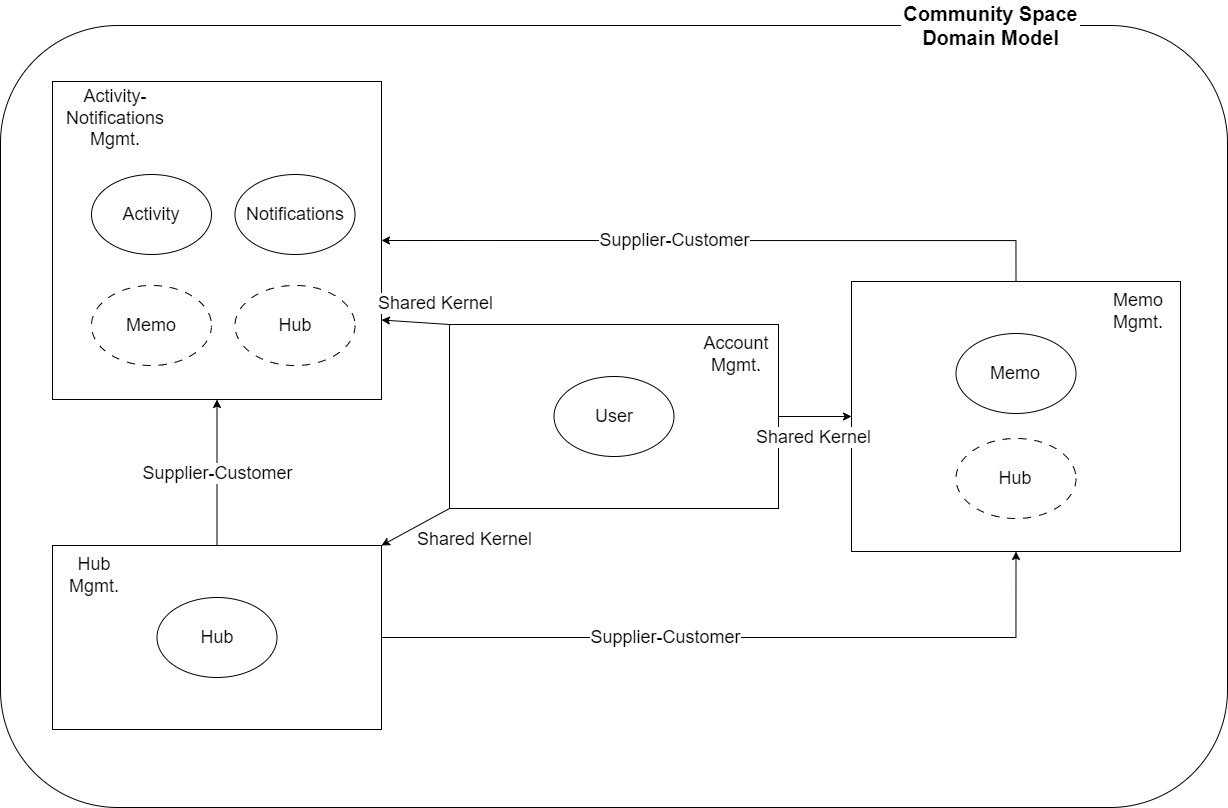
Above: docs/spec/strategic.png in rockdonald2/community-space (draw.io), before the change. Source tidied: cells renumbered, new cells last; positions are measured from the earlier drawing's top-left corner, leaving out a move shared by most shapes.
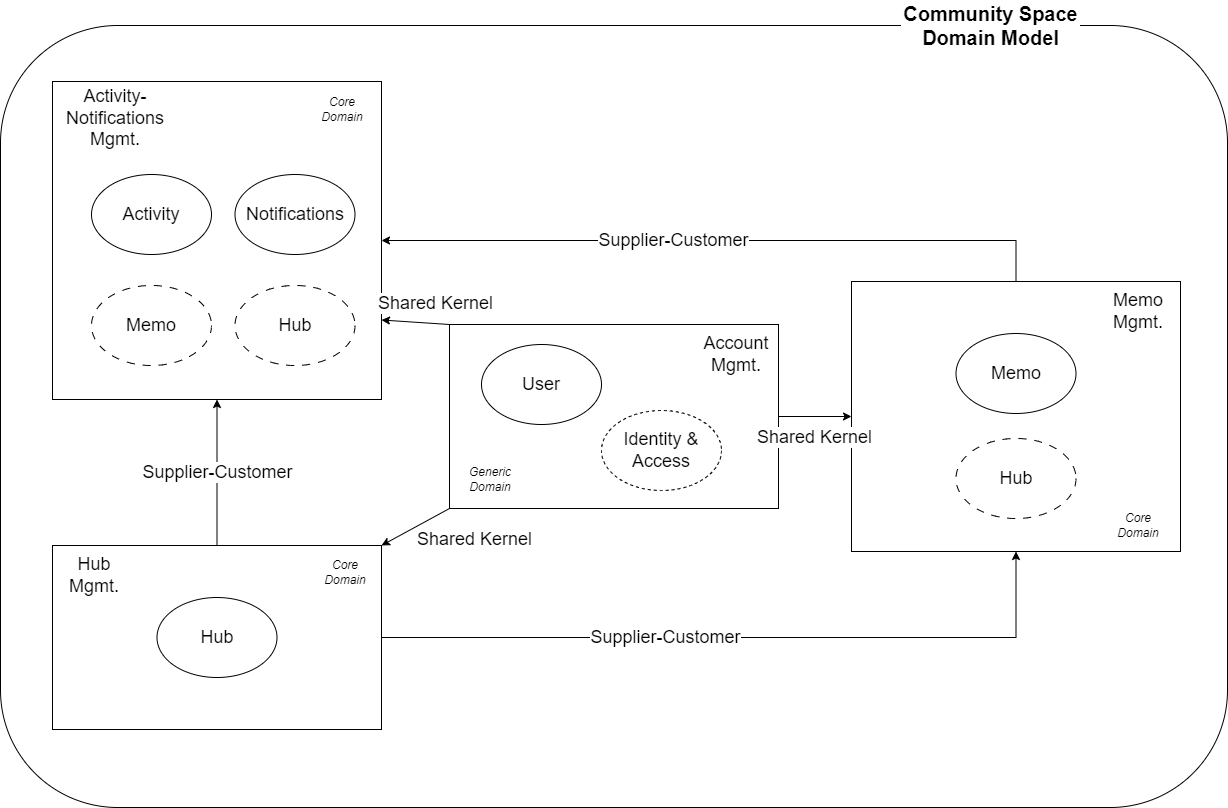
After the change.

What changed in the source:
```diff
@@ -18,8 +18,14 @@
       <mxGeometry x="257" y="15" width="60" height="30" as="geometry" />
     </mxCell>
     <mxCell id="7" value="User" style="ellipse;whiteSpace=wrap;html=1;fontSize=18;" parent="4" vertex="1">
-      <mxGeometry x="104.5" y="52" width="120" height="80" as="geometry" />
+      <mxGeometry x="32" y="20" width="120" height="80" as="geometry" />
     </mxCell>
+    <mxCell id="32" value="Identity &amp;amp;&lt;br&gt;Access" style="ellipse;whiteSpace=wrap;html=1;fontSize=18;dashed=1;" parent="4" vertex="1">
+      <mxGeometry x="152" y="86" width="120" height="80" as="geometry" />
+    </mxCell>
+    <mxCell id="33" value="&lt;i&gt;Generic&lt;br&gt;Domain&lt;br&gt;&lt;/i&gt;" style="text;html=1;strokeColor=none;fillColor=none;align=center;verticalAlign=middle;whiteSpace=wrap;rounded=0;dashed=1;" parent="4" vertex="1">
+      <mxGeometry x="11" y="140" width="60" height="30" as="geometry" />
+    </mxCell>
     <mxCell id="8" style="group;flipH=1;" parent="1" vertex="1">
       <mxGeometry x="851" y="281" width="329" height="270" as="geometry" />
     </mxCell>
@@ -35,6 +41,9 @@
     <mxCell id="12" value="Hub" style="ellipse;whiteSpace=wrap;html=1;fontSize=18;dashed=1;dashPattern=8 8;" parent="8" vertex="1">
       <mxGeometry x="104.5" y="157" width="120" height="80" as="geometry" />
     </mxCell>
+    <mxCell id="34" value="&lt;i&gt;Core Domain&lt;/i&gt;" style="text;html=1;strokeColor=none;fillColor=none;align=center;verticalAlign=middle;whiteSpace=wrap;rounded=0;dashed=1;" parent="8" vertex="1">
+      <mxGeometry x="257" y="229" width="60" height="30" as="geometry" />
+    </mxCell>
     <mxCell id="13" style="group;" parent="1" vertex="1">
       <mxGeometry x="52" y="545" width="329" height="184" as="geometry" />
     </mxCell>
@@ -47,6 +56,9 @@
     <mxCell id="16" value="Hub" style="ellipse;whiteSpace=wrap;html=1;fontSize=18;" parent="13" vertex="1">
       <mxGeometry x="104.5" y="52" width="120" height="80" as="geometry" />
     </mxCell>
+    <mxCell id="35" value="&lt;i&gt;Core Domain&lt;/i&gt;" style="text;html=1;strokeColor=none;fillColor=none;align=center;verticalAlign=middle;whiteSpace=wrap;rounded=0;dashed=1;" parent="13" vertex="1">
+      <mxGeometry x="263" y="12" width="60" height="30" as="geometry" />
+    </mxCell>
     <mxCell id="17" style="group;" parent="1" vertex="1">
       <mxGeometry x="52" y="81" width="329" height="318" as="geometry" />
     </mxCell>
@@ -68,6 +80,9 @@
     <mxCell id="23" value="Hub" style="ellipse;whiteSpace=wrap;html=1;fontSize=18;dashed=1;dashPattern=8 8;" parent="17" vertex="1">
       <mxGeometry x="182.5" y="204" width="120" height="80" as="geometry" />
     </mxCell>
+    <mxCell id="36" value="&lt;i&gt;Core Domain&lt;/i&gt;" style="text;html=1;strokeColor=none;fillColor=none;align=center;verticalAlign=middle;whiteSpace=wrap;rounded=0;dashed=1;" parent="17" vertex="1">
+      <mxGeometry x="260" y="13" width="60" height="30" as="geometry" />
+    </mxCell>
     <mxCell id="24" value="Supplier-Customer" style="edgeStyle=none;html=1;exitX=0.5;exitY=0;exitDx=0;exitDy=0;entryX=0.5;entryY=1;entryDx=0;entryDy=0;fontSize=18;" parent="1" edge="1" source="14" target="18">
       <mxGeometry relative="1" as="geometry" />
     </mxCell>
```
